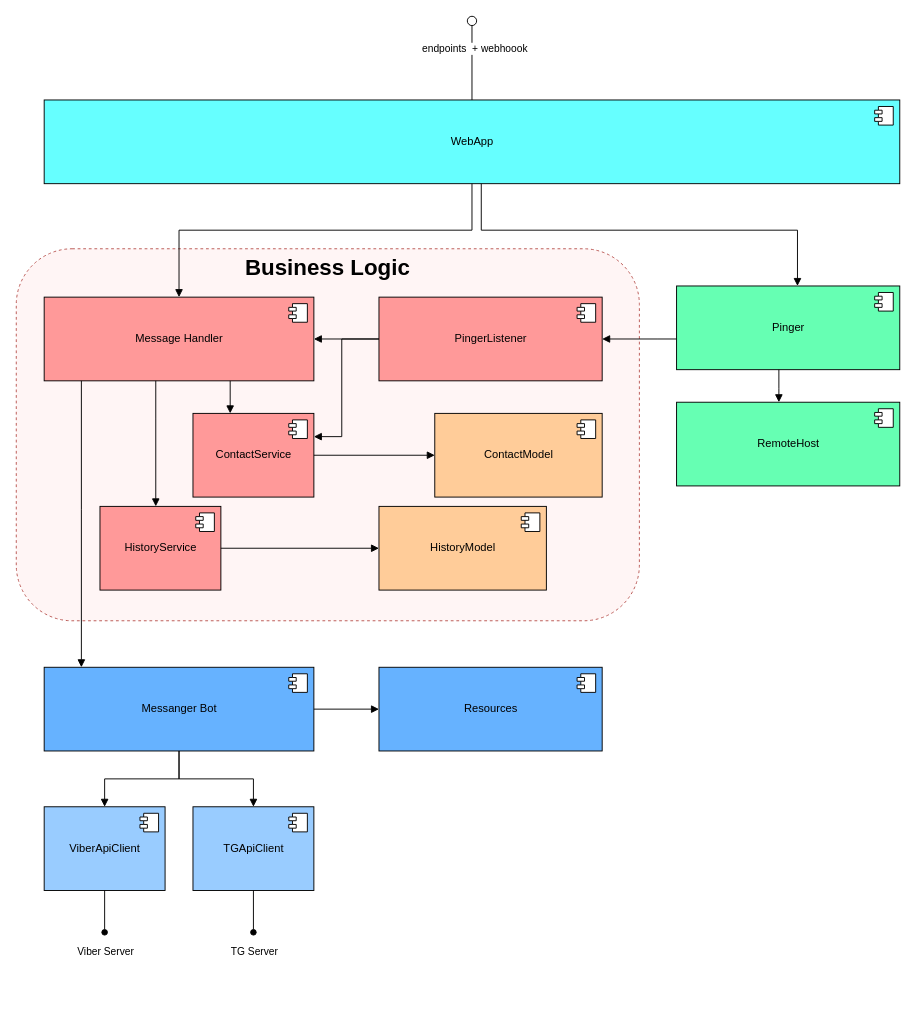
Earlier version of the draw.io diagram doc/Pinger.drawio.xml (dbradul/pinger). Source tidied: cells renumbered, new cells numbered last; positions are measured from the earlier drawing's top-left corner, leaving out a move shared by most shapes. Both pictures are drawn from the tidied source at 93%, with x=0, y=0 at pixel (16, 16).
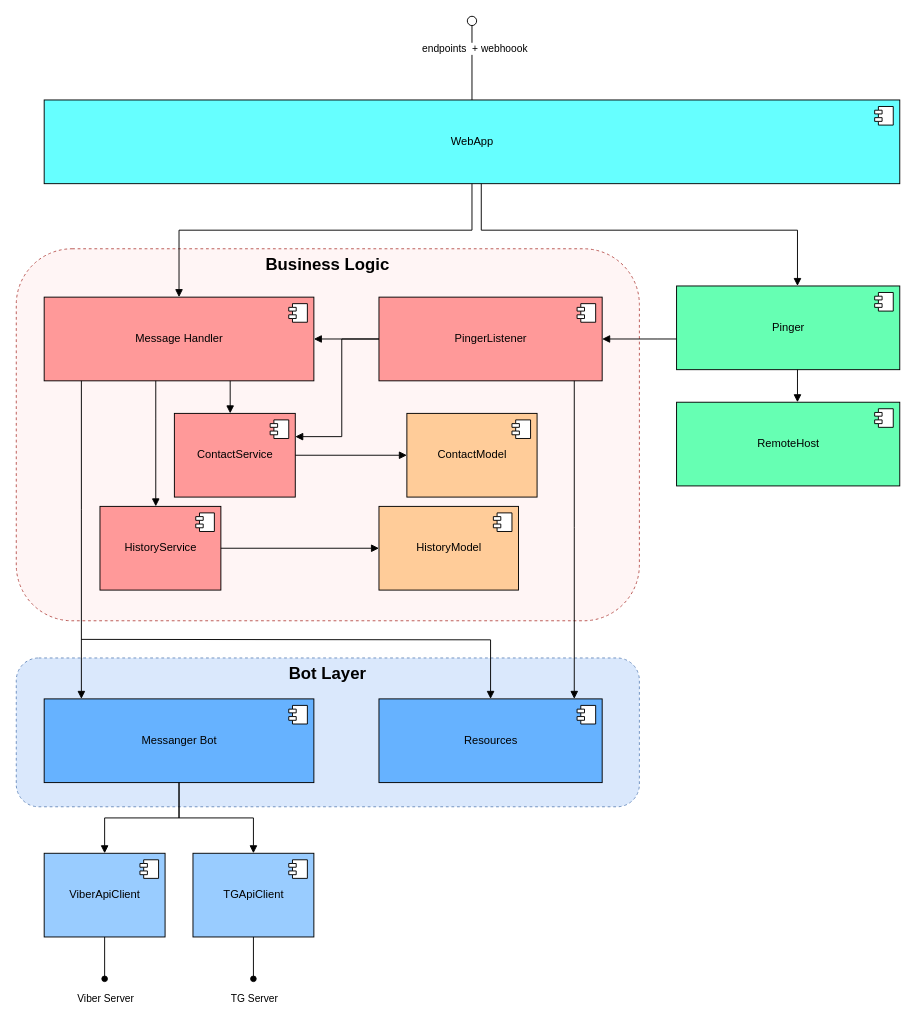
After the change.

The change refers to these unchanged cells:
```xml
<mxCell id="28" value="Pinger" style="html=1;fillColor=#66FFB3;" parent="1" vertex="1">
  <mxGeometry x="710" y="290" width="240" height="90" as="geometry" />
</mxCell>
<mxCell id="30" value="RemoteHost" style="html=1;fillColor=#66FFB3;" parent="1" vertex="1">
  <mxGeometry x="710" y="415" width="240" height="90" as="geometry" />
</mxCell>
<mxCell id="37" value="PingerListener" style="html=1;fillColor=#FF9999;" parent="1" vertex="1">
  <mxGeometry x="390" y="302" width="240" height="90" as="geometry" />
</mxCell>
```

The edit, as a diff of the source:
```diff
@@
+    <mxCell id="50" value="Bot Layer" style="whiteSpace=wrap;html=1;fillColor=#dae8fc;strokeColor=#6c8ebf;fillStyle=auto;rounded=1;dashed=1;fontStyle=1;fontSize=18;verticalAlign=top;" parent="1" vertex="1">
+      <mxGeometry y="690" width="670" height="160" as="geometry" />
+    </mxCell>
-    <mxCell id="2" value="Business Logic" style="whiteSpace=wrap;html=1;fillColor=#FFF5F5;strokeColor=#b85450;gradientColor=none;fillStyle=auto;rounded=1;dashed=1;fontStyle=1;fontSize=24;verticalAlign=top;" parent="1" vertex="1">
+    <mxCell id="2" value="Business Logic" style="whiteSpace=wrap;html=1;fillColor=#FFF5F5;strokeColor=#b85450;gradientColor=none;fillStyle=auto;rounded=1;dashed=1;fontStyle=1;fontSize=18;verticalAlign=top;" parent="1" vertex="1">
       <mxGeometry y="250" width="670" height="400" as="geometry" />
     </mxCell>
     <mxCell id="3" value="Messanger Bot" style="html=1;fillColor=#66B2FF;" parent="1" vertex="1">
-      <mxGeometry x="30" y="700" width="290" height="90" as="geometry" />
+      <mxGeometry x="30" y="734" width="290" height="90" as="geometry" />
     </mxCell>
@@
     <mxCell id="5" value="Resources" style="html=1;fillColor=#66B2FF;" parent="1" vertex="1">
-      <mxGeometry x="390" y="700" width="240" height="90" as="geometry" />
+      <mxGeometry x="390" y="734" width="240" height="90" as="geometry" />
     </mxCell>
@@
     <mxCell id="7" value="ViberApiClient" style="html=1;fillColor=#99CCFF;" parent="1" vertex="1">
-      <mxGeometry x="30" y="850" width="130" height="90" as="geometry" />
+      <mxGeometry x="30" y="900" width="130" height="90" as="geometry" />
     </mxCell>
@@
     <mxCell id="9" value="TGApiClient" style="html=1;fillColor=#99CCFF;" parent="1" vertex="1">
-      <mxGeometry x="190" y="850" width="130" height="90" as="geometry" />
+      <mxGeometry x="190" y="900" width="130" height="90" as="geometry" />
     </mxCell>
@@
-    <mxCell id="13" style="endArrow=block;endFill=1;html=1;edgeStyle=orthogonalEdgeStyle;align=left;verticalAlign=top;rounded=0;" parent="1" edge="1" source="3" target="5">
-      <mxGeometry x="-0.31" y="20" relative="1" as="geometry" />
-    </mxCell>
@@
     <mxCell id="16" value="ContactService" style="html=1;fillColor=#FF9999;" parent="1" vertex="1">
-      <mxGeometry x="190" y="427" width="130" height="90" as="geometry" />
+      <mxGeometry x="170" y="427" width="130" height="90" as="geometry" />
     </mxCell>
@@
     <mxCell id="20" value="HistoryModel" style="html=1;fillColor=#FFCC99;" parent="1" vertex="1">
-      <mxGeometry x="390" y="527" width="180" height="90" as="geometry" />
+      <mxGeometry x="390" y="527" width="150" height="90" as="geometry" />
     </mxCell>
@@
     <mxCell id="22" value="ContactModel" style="html=1;fillColor=#FFCC99;" parent="1" vertex="1">
-      <mxGeometry x="450" y="427" width="180" height="90" as="geometry" />
+      <mxGeometry x="420" y="427" width="140" height="90" as="geometry" />
     </mxCell>
@@
     <mxCell id="32" style="endArrow=block;endFill=1;html=1;edgeStyle=orthogonalEdgeStyle;align=left;verticalAlign=top;rounded=0;" parent="1" edge="1" source="28" target="30">
       <mxGeometry x="-0.31" y="20" relative="1" as="geometry">
         <Array as="points">
-          <mxPoint x="820" y="400" />
-          <mxPoint x="820" y="400" />
+          <mxPoint x="840" y="390" />
+          <mxPoint x="840" y="390" />
         </Array>
       </mxGeometry>
     </mxCell>
@@
     <mxCell id="46" style="rounded=0;jettySize=auto;html=1;endArrow=oval;endFill=1;sketch=0;sourcePerimeterSpacing=0;targetPerimeterSpacing=0;" parent="1" edge="1" source="7">
       <mxGeometry relative="1" as="geometry">
-        <mxPoint x="95" y="985" as="targetPoint" />
+        <mxPoint x="95" y="1035" as="targetPoint" />
       </mxGeometry>
     </mxCell>
@@
     <mxCell id="48" style="rounded=0;jettySize=auto;html=1;endArrow=oval;endFill=1;sketch=0;sourcePerimeterSpacing=0;targetPerimeterSpacing=0;" parent="1" edge="1" source="9">
       <mxGeometry relative="1" as="geometry">
-        <mxPoint x="255" y="985" as="targetPoint" />
+        <mxPoint x="255" y="1035" as="targetPoint" />
       </mxGeometry>
     </mxCell>
@@
+    <mxCell id="51" style="endArrow=block;endFill=1;html=1;edgeStyle=orthogonalEdgeStyle;align=left;verticalAlign=top;rounded=0;" parent="1" edge="1" source="37" target="5">
+      <mxGeometry x="-0.31" y="20" relative="1" as="geometry">
+        <Array as="points">
+          <mxPoint x="600" y="550" />
+          <mxPoint x="600" y="550" />
+        </Array>
+      </mxGeometry>
+    </mxCell>
+    <mxCell id="52" style="endArrow=block;endFill=1;html=1;edgeStyle=orthogonalEdgeStyle;align=left;verticalAlign=top;rounded=0;" parent="1" edge="1" target="5">
+      <mxGeometry x="-0.31" y="20" relative="1" as="geometry">
+        <mxPoint x="70" y="670" as="sourcePoint" />
+      </mxGeometry>
+    </mxCell>
```
